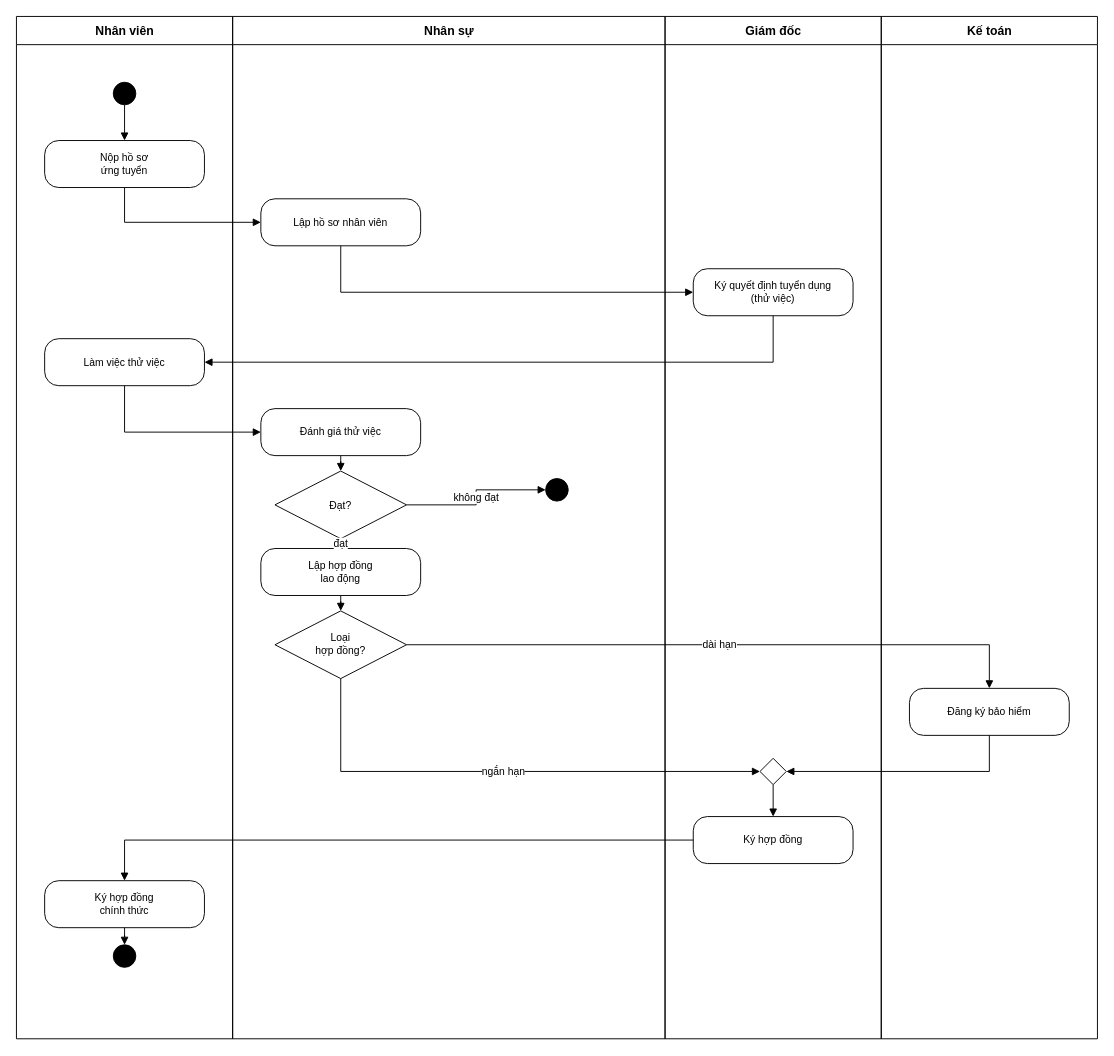
TranThienNhan8279/LAB_OOSD keeps this draw.io diagram as page "Câu 5 - Activity Diagram" (4 of 5) of IMAGES/LAB7/LAB7_UML.drawio. Above is the earlier version. Source tidied: cells renumbered, new cells numbered last; positions are measured from the earlier drawing's top-left corner, leaving out a move shared by most shapes. Both pictures are drawn from the tidied source at 94%, with x=0, y=0 at pixel (16, 16).
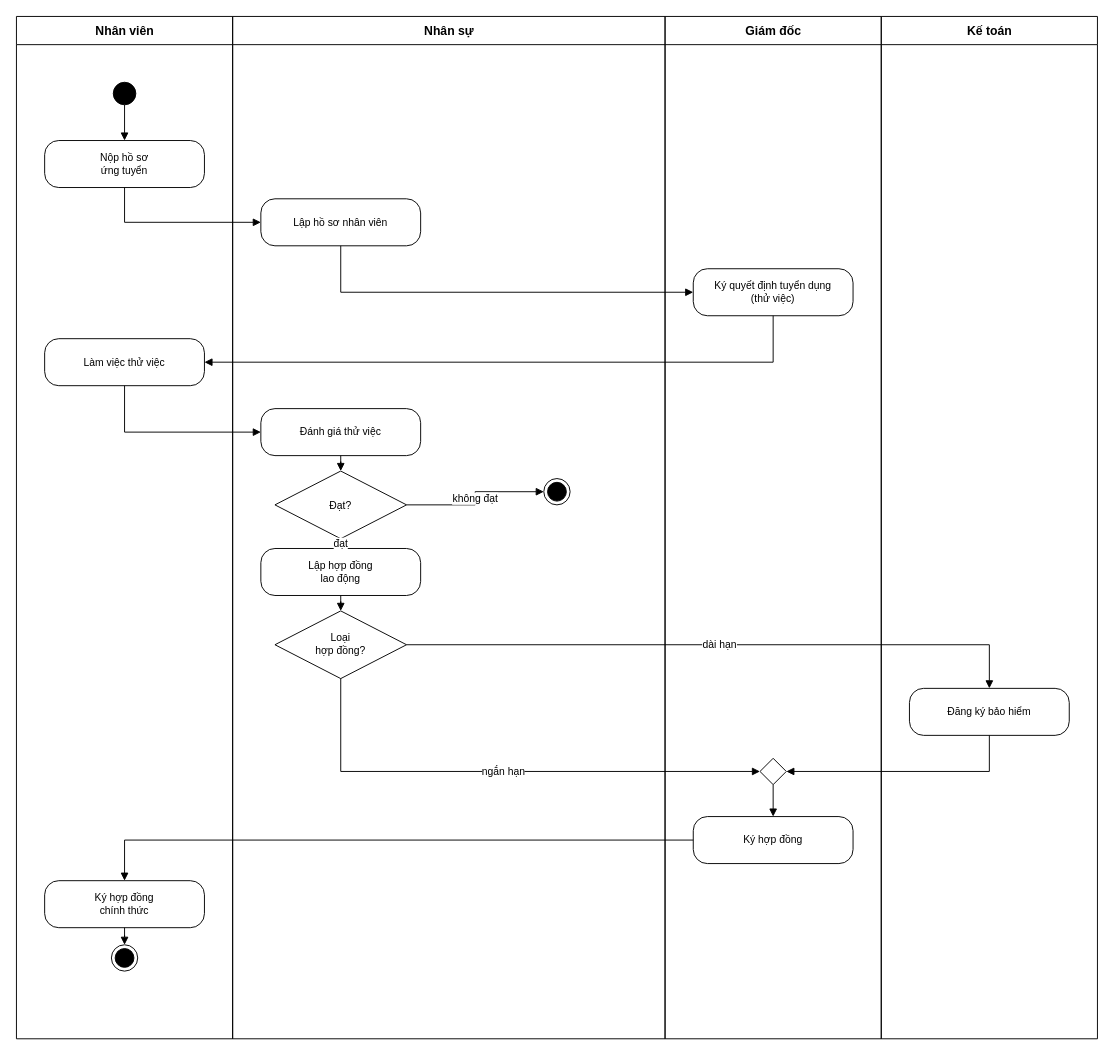
After the change.

What changed in the source:
```diff
@@
-    <mxCell id="13" style="ellipse;html=1;fillColor=#000000;strokeColor=#000000;" parent="1" vertex="1">
-      <mxGeometry x="563" y="491.6" width="24" height="24" as="geometry" />
+    <mxCell id="13" style="ellipse;shape=endState;html=1;fillColor=#000000;strokeColor=#000000;" parent="1" vertex="1">
+      <mxGeometry x="561" y="491.6" width="28" height="28" as="geometry" />
     </mxCell>
@@
-    <mxCell id="20" style="ellipse;html=1;fillColor=#000000;strokeColor=#000000;" parent="1" vertex="1">
-      <mxGeometry x="103" y="987.6" width="24" height="24" as="geometry" />
+    <mxCell id="20" style="ellipse;shape=endState;html=1;fillColor=#000000;strokeColor=#000000;" parent="1" vertex="1">
+      <mxGeometry x="101" y="987.6" width="28" height="28" as="geometry" />
     </mxCell>
```
